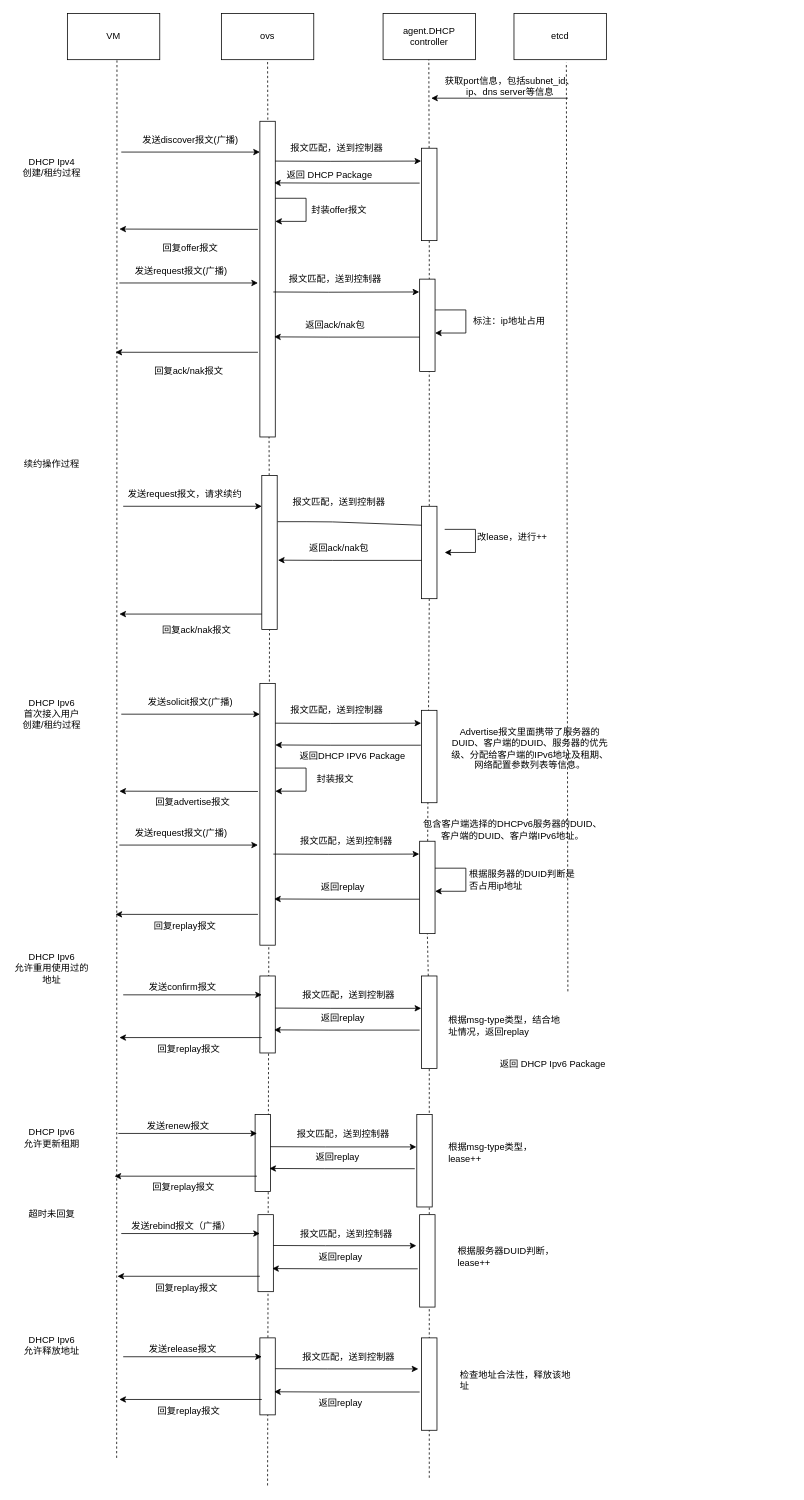
Earlier version of the draw.io diagram dhcp.drawio (cola1998/CSDN-). Source tidied: cells renumbered, new cells numbered last; positions are measured from the earlier drawing's top-left corner, leaving out a move shared by most shapes. Both pictures are drawn from the tidied source at 77%, with x=0, y=0 at pixel (13, 13).
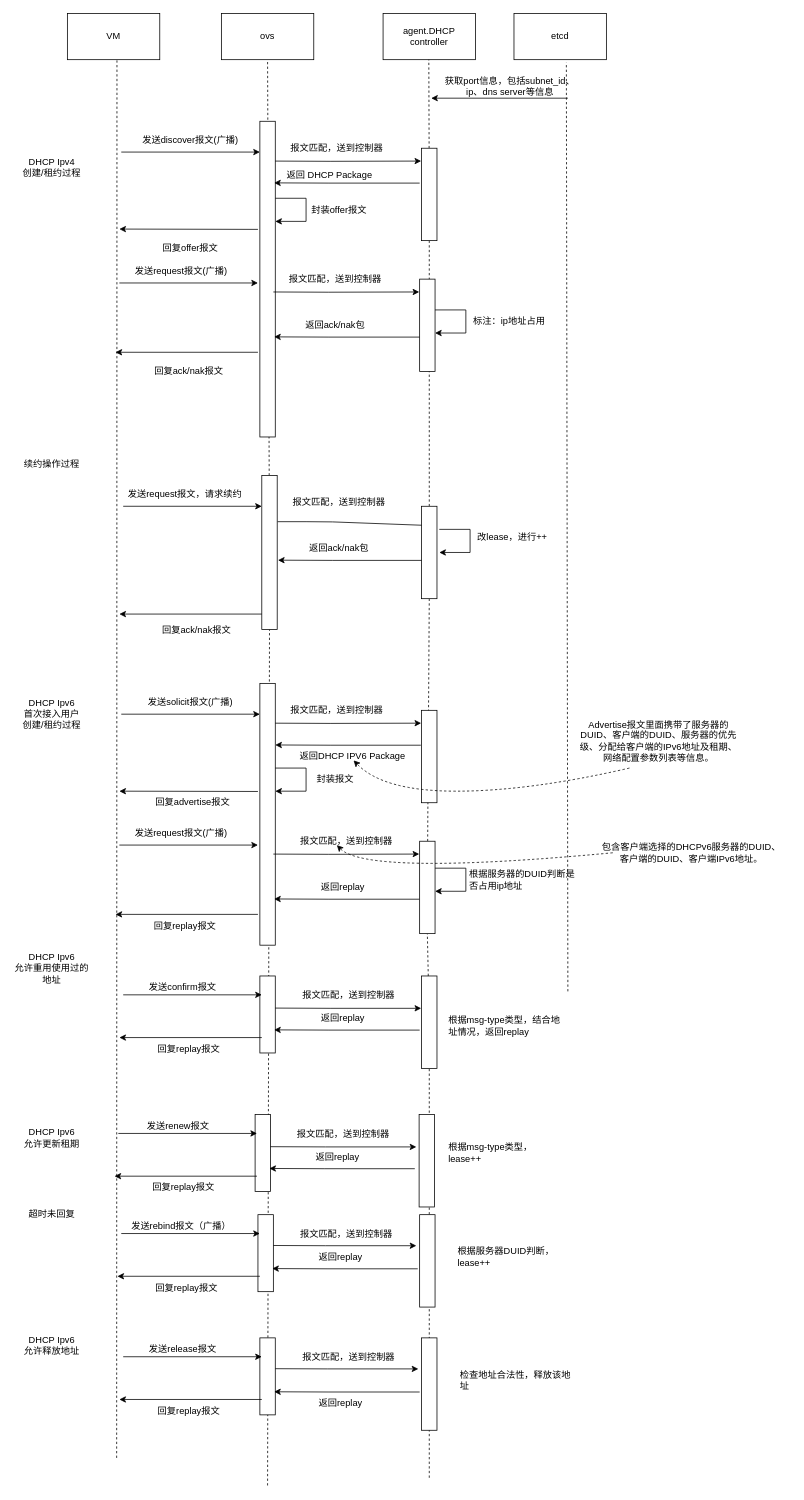
After the change.

The edit, as a diff of the source:
```diff
@@
     <mxCell id="31" style="endArrow=classic;html=1;rounded=0;exitX=1;exitY=0.25;exitDx=0;exitDy=0;entryX=1;entryY=0.5;entryDx=0;entryDy=0;" parent="1" edge="1">
       <mxGeometry relative="1" as="geometry">
-        <mxPoint x="560" y="670" as="sourcePoint" />
-        <mxPoint x="560" y="700" as="targetPoint" />
+        <mxPoint x="553" y="670" as="sourcePoint" />
+        <mxPoint x="553" y="700" as="targetPoint" />
         <Array as="points">
-          <mxPoint x="600" y="670" />
-          <mxPoint x="600" y="700" />
+          <mxPoint x="593" y="670" />
+          <mxPoint x="593" y="700" />
         </Array>
       </mxGeometry>
     </mxCell>
@@
-    <mxCell id="71" value="返回 DHCP Ipv6 Package" style="text;html=1;strokeColor=none;fillColor=none;align=left;verticalAlign=middle;whiteSpace=wrap;rounded=0;" parent="1" vertex="1">
-      <mxGeometry x="630" y="1350" width="210" height="30" as="geometry" />
-    </mxCell>
@@
     <mxCell id="75" value="Advertise报文里面携带了服务器的DUID、客户端的DUID、服务器的优先级、分配给客户端的IPv6地址及租期、网络配置参数列表等信息。" style="text;html=1;strokeColor=none;fillColor=none;align=center;verticalAlign=middle;whiteSpace=wrap;rounded=0;" parent="1" vertex="1">
-      <mxGeometry x="562.5" y="940" width="216.2" height="30" as="geometry" />
+      <mxGeometry x="730" y="930" width="216.2" height="30" as="geometry" />
     </mxCell>
@@
     <mxCell id="77" value="包含客户端选择的DHCPv6服务器的DUID、&lt;br&gt;客户端的DUID、客户端IPv6地址。" style="text;html=1;align=center;verticalAlign=middle;strokeColor=none;fillColor=none;" parent="1" vertex="1">
-      <mxGeometry x="517.5" y="1040" width="260" height="40" as="geometry" />
+      <mxGeometry x="750" y="1070" width="260" height="40" as="geometry" />
     </mxCell>
@@
     <mxCell id="100" style="rounded=0;whiteSpace=wrap;html=1;" parent="1" vertex="1">
-      <mxGeometry x="523.8" y="1430" width="20" height="120" as="geometry" />
+      <mxGeometry x="526.8" y="1430" width="20" height="120" as="geometry" />
     </mxCell>
@@
+    <mxCell id="129" style="curved=1;endArrow=classic;html=1;rounded=0;dashed=1;" parent="1" edge="1">
+      <mxGeometry relative="1" as="geometry">
+        <mxPoint x="800" y="980" as="sourcePoint" />
+        <mxPoint x="441.7" y="970" as="targetPoint" />
+        <Array as="points">
+          <mxPoint x="670" y="1010" />
+          <mxPoint x="480" y="1010" />
+        </Array>
+      </mxGeometry>
+    </mxCell>
+    <mxCell id="130" style="curved=1;endArrow=classic;html=1;rounded=0;dashed=1;" parent="1" edge="1">
+      <mxGeometry relative="1" as="geometry">
+        <mxPoint x="778.3" y="1090" as="sourcePoint" />
+        <mxPoint x="420" y="1080" as="targetPoint" />
+        <Array as="points">
+          <mxPoint x="458.3" y="1120" />
+        </Array>
+      </mxGeometry>
+    </mxCell>
```
